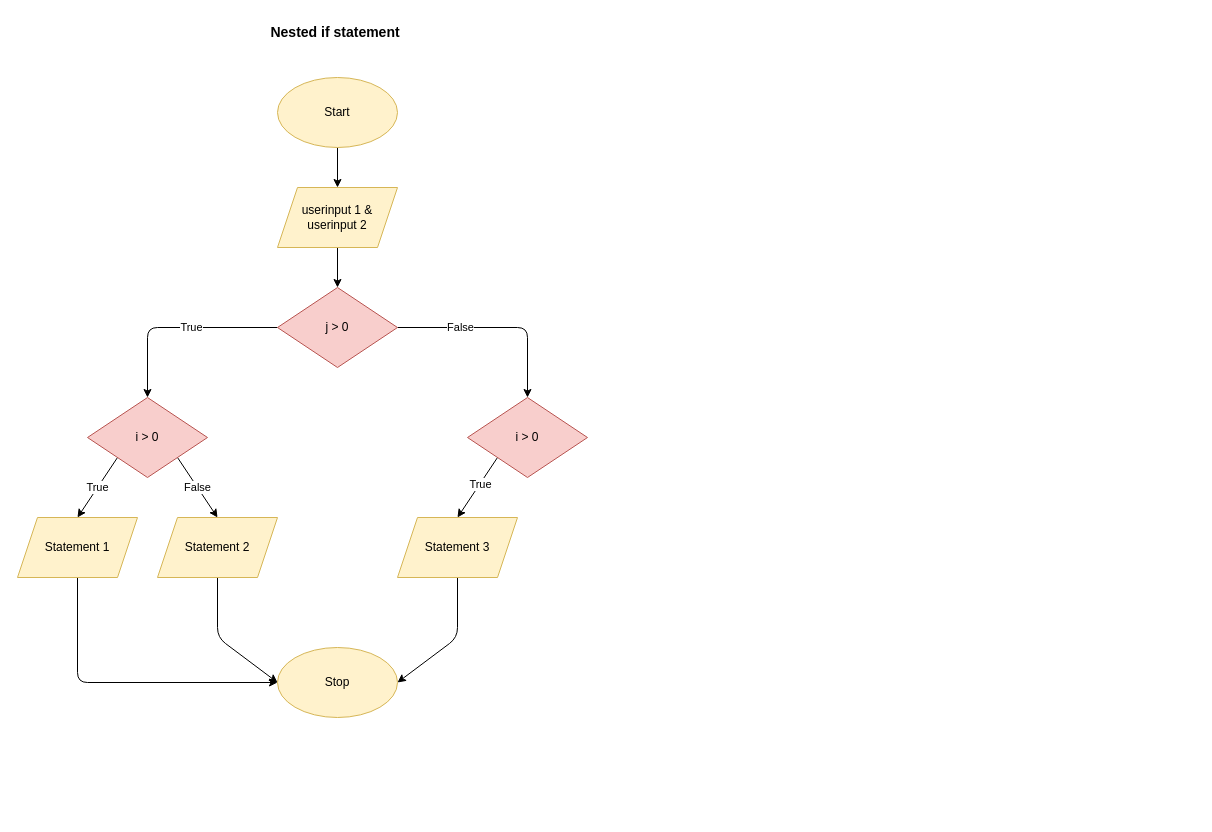
ipivanparra/Algorithm-4-1 keeps this draw.io diagram as main.drawio. Above is the earlier version. Source tidied: cells renumbered, new cells numbered last; positions are measured from the earlier drawing's top-left corner, leaving out a move shared by most shapes. Both pictures are drawn from the tidied source at 100%, with x=0, y=0 at pixel (17, 17).
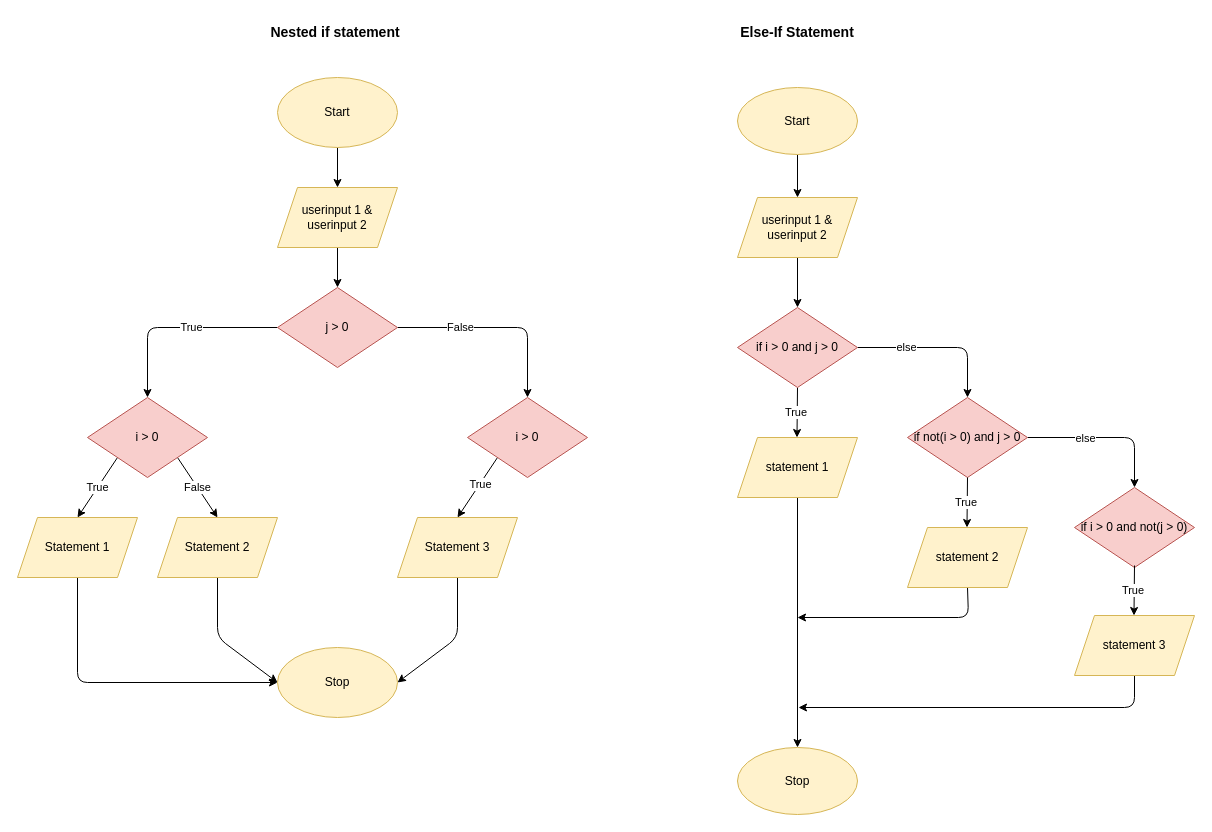
After the change.

Diff of the diagram source:
```diff
@@
+    <mxCell id="25" style="edgeStyle=none;html=1;" parent="1" edge="1" source="26" target="28">
+      <mxGeometry relative="1" as="geometry" />
+    </mxCell>
+    <mxCell id="26" value="Start" style="ellipse;whiteSpace=wrap;html=1;fillColor=#fff2cc;strokeColor=#d6b656;" parent="1" vertex="1">
+      <mxGeometry x="720" y="70" width="120" height="67" as="geometry" />
+    </mxCell>
+    <mxCell id="27" style="edgeStyle=none;html=1;" parent="1" edge="1" source="28" target="31">
+      <mxGeometry relative="1" as="geometry" />
+    </mxCell>
+    <mxCell id="28" value="userinput 1 &amp;amp; userinput 2" style="shape=parallelogram;perimeter=parallelogramPerimeter;whiteSpace=wrap;html=1;fixedSize=1;fillColor=#fff2cc;strokeColor=#d6b656;" parent="1" vertex="1">
+      <mxGeometry x="720" y="180" width="120" height="60" as="geometry" />
+    </mxCell>
+    <mxCell id="29" value="else" style="edgeStyle=none;html=1;exitX=1;exitY=0.5;exitDx=0;exitDy=0;" parent="1" edge="1" source="31">
+      <mxGeometry x="-0.38" relative="1" as="geometry">
+        <mxPoint x="950" y="380" as="targetPoint" />
+        <Array as="points">
+          <mxPoint x="950" y="330" />
+        </Array>
+        <mxPoint x="-1" as="offset" />
+      </mxGeometry>
+    </mxCell>
+    <mxCell id="30" value="True&amp;nbsp;" style="edgeStyle=none;html=1;exitX=0.5;exitY=1;exitDx=0;exitDy=0;" parent="1" edge="1" source="31">
+      <mxGeometry relative="1" as="geometry">
+        <mxPoint x="779.5" y="420" as="targetPoint" />
+      </mxGeometry>
+    </mxCell>
+    <mxCell id="31" value="if i &amp;gt; 0 and j &amp;gt; 0" style="rhombus;whiteSpace=wrap;html=1;fillColor=#f8cecc;strokeColor=#b85450;" parent="1" vertex="1">
+      <mxGeometry x="720" y="290" width="120" height="80" as="geometry" />
+    </mxCell>
+    <mxCell id="32" style="edgeStyle=none;html=1;exitX=0.5;exitY=1;exitDx=0;exitDy=0;entryX=0.5;entryY=0;entryDx=0;entryDy=0;" parent="1" edge="1" source="33" target="44">
+      <mxGeometry relative="1" as="geometry" />
+    </mxCell>
+    <mxCell id="33" value="statement 1" style="shape=parallelogram;perimeter=parallelogramPerimeter;whiteSpace=wrap;html=1;fixedSize=1;fillColor=#fff2cc;strokeColor=#d6b656;" parent="1" vertex="1">
+      <mxGeometry x="720" y="420" width="120" height="60" as="geometry" />
+    </mxCell>
+    <mxCell id="34" style="edgeStyle=none;html=1;exitX=1;exitY=0.5;exitDx=0;exitDy=0;entryX=0.5;entryY=0;entryDx=0;entryDy=0;" parent="1" edge="1" source="36" target="40">
+      <mxGeometry relative="1" as="geometry">
+        <Array as="points">
+          <mxPoint x="1117" y="420" />
+        </Array>
+      </mxGeometry>
+    </mxCell>
+    <mxCell id="35" value="else" style="edgeLabel;html=1;align=center;verticalAlign=middle;" parent="34" vertex="1">
+      <mxGeometry x="-0.27" relative="1" as="geometry" />
+    </mxCell>
+    <mxCell id="36" value="if not(i &amp;gt; 0) and j &amp;gt; 0" style="rhombus;whiteSpace=wrap;html=1;fillColor=#f8cecc;strokeColor=#b85450;" parent="1" vertex="1">
+      <mxGeometry x="890" y="380" width="120" height="80" as="geometry" />
+    </mxCell>
+    <mxCell id="37" value="True&amp;nbsp;" style="edgeStyle=none;html=1;exitX=0.5;exitY=1;exitDx=0;exitDy=0;" parent="1" edge="1">
+      <mxGeometry relative="1" as="geometry">
+        <mxPoint x="950" y="460" as="sourcePoint" />
+        <mxPoint x="949.5" y="510" as="targetPoint" />
+      </mxGeometry>
+    </mxCell>
+    <mxCell id="38" style="edgeStyle=none;html=1;exitX=0.5;exitY=1;exitDx=0;exitDy=0;" parent="1" edge="1" source="39">
+      <mxGeometry relative="1" as="geometry">
+        <mxPoint x="780" y="600" as="targetPoint" />
+        <Array as="points">
+          <mxPoint x="951" y="600" />
+        </Array>
+      </mxGeometry>
+    </mxCell>
+    <mxCell id="39" value="statement 2" style="shape=parallelogram;perimeter=parallelogramPerimeter;whiteSpace=wrap;html=1;fixedSize=1;fillColor=#fff2cc;strokeColor=#d6b656;" parent="1" vertex="1">
+      <mxGeometry x="890" y="510" width="120" height="60" as="geometry" />
+    </mxCell>
+    <mxCell id="40" value="if i &amp;gt; 0 and not(j &amp;gt; 0)" style="rhombus;whiteSpace=wrap;html=1;fillColor=#f8cecc;strokeColor=#b85450;" parent="1" vertex="1">
+      <mxGeometry x="1057" y="470" width="120" height="80" as="geometry" />
+    </mxCell>
+    <mxCell id="41" value="True&amp;nbsp;" style="edgeStyle=none;html=1;exitX=0.5;exitY=1;exitDx=0;exitDy=0;" parent="1" edge="1">
+      <mxGeometry relative="1" as="geometry">
+        <mxPoint x="1117" y="548" as="sourcePoint" />
+        <mxPoint x="1116.5" y="598" as="targetPoint" />
+      </mxGeometry>
+    </mxCell>
+    <mxCell id="42" style="edgeStyle=none;html=1;exitX=0.5;exitY=1;exitDx=0;exitDy=0;" parent="1" edge="1" source="43">
+      <mxGeometry relative="1" as="geometry">
+        <mxPoint x="781" y="690" as="targetPoint" />
+        <Array as="points">
+          <mxPoint x="1117" y="690" />
+        </Array>
+      </mxGeometry>
+    </mxCell>
+    <mxCell id="43" value="statement 3" style="shape=parallelogram;perimeter=parallelogramPerimeter;whiteSpace=wrap;html=1;fixedSize=1;fillColor=#fff2cc;strokeColor=#d6b656;" parent="1" vertex="1">
+      <mxGeometry x="1057" y="598" width="120" height="60" as="geometry" />
+    </mxCell>
+    <mxCell id="44" value="Stop" style="ellipse;whiteSpace=wrap;html=1;fillColor=#fff2cc;strokeColor=#d6b656;" parent="1" vertex="1">
+      <mxGeometry x="720" y="730" width="120" height="67" as="geometry" />
+    </mxCell>
+    <mxCell id="45" value="Else-If Statement" style="text;html=1;align=center;verticalAlign=middle;whiteSpace=wrap;rounded=0;fontStyle=1;fontSize=14;" parent="1" vertex="1">
+      <mxGeometry x="720" width="120" height="30" as="geometry" />
+    </mxCell>
```
